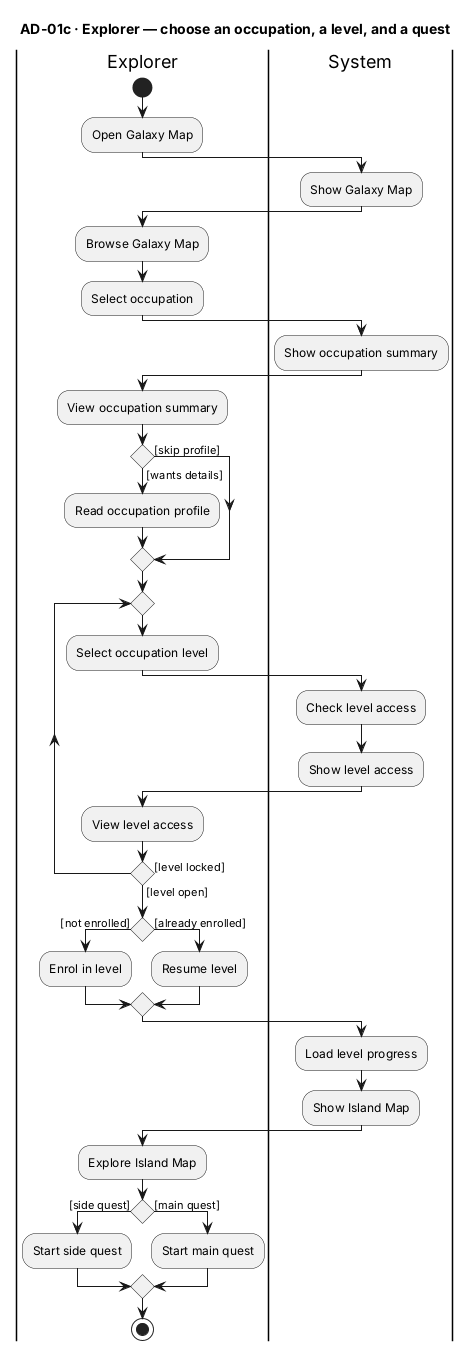
Earlier version of the PlantUML export reports/master/figures/AD-01c_Explorer_ChooseLevelAndQuest.png (The-Golden-Trio/Capstone-Project). The source it was exported from:
```plantuml
@startuml AD-01c_Explorer_ChooseLevelAndQuest
title AD-01c · Explorer — choose an occupation, a level, and a quest

|Explorer|
|System|

|Explorer|
start
:Open Galaxy Map;
|System|
:Show Galaxy Map;
|Explorer|
:Browse Galaxy Map;
:Select occupation;
|System|
:Show occupation summary;
|Explorer|
:View occupation summary;
if () then ([wants details])
  :Read occupation profile;
else ([skip profile])
endif
repeat
  :Select occupation level;
  |System|
  :Check level access;
  :Show level access;
  |Explorer|
  :View level access;
repeat while () is ([level locked]) not ([level open])
if () then ([not enrolled])
  :Enrol in level;
else ([already enrolled])
  :Resume level;
endif
|System|
:Load level progress;
:Show Island Map;
|Explorer|
:Explore Island Map;
if () then ([side quest])
  :Start side quest;
else ([main quest])
  :Start main quest;
endif
stop
@enduml
```
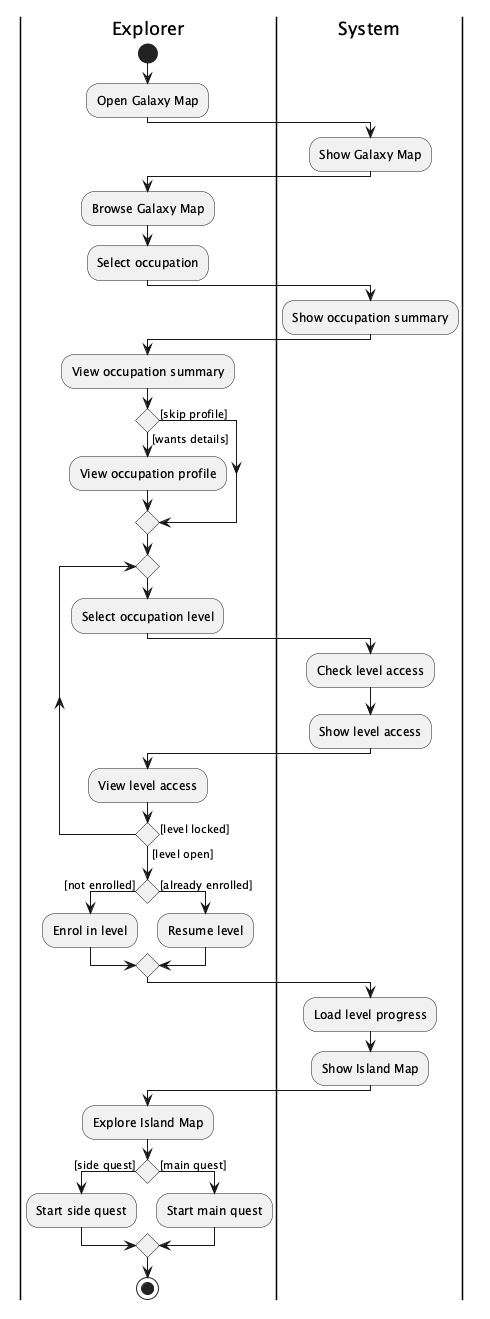
After the change.

Change to the diagram source:
```diff
@@ -1,5 +1,4 @@
 @startuml AD-01c_Explorer_ChooseLevelAndQuest
-title AD-01c · Explorer — choose an occupation, a level, and a quest
 
 |Explorer|
 |System|
@@ -17,7 +16,7 @@
 |Explorer|
 :View occupation summary;
 if () then ([wants details])
-  :Read occupation profile;
+  :View occupation profile;
 else ([skip profile])
 endif
 repeat
```
